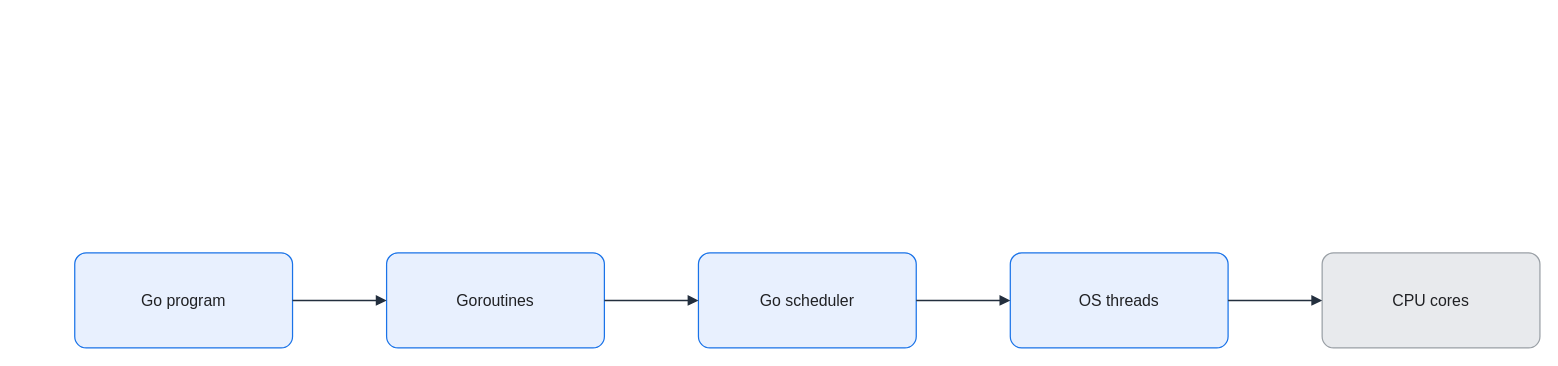
Above: assets/img/go/goroutine-scheduling-model.drawio in KKamJi98/kkamji98.github.io (draw.io), before the change. Source tidied: cells renumbered, new cells numbered last; positions are measured from the earlier drawing's top-left corner, leaving out a move shared by most shapes. Both pictures are drawn from the tidied source at 99%, with x=0, y=0 at pixel (74, 252).
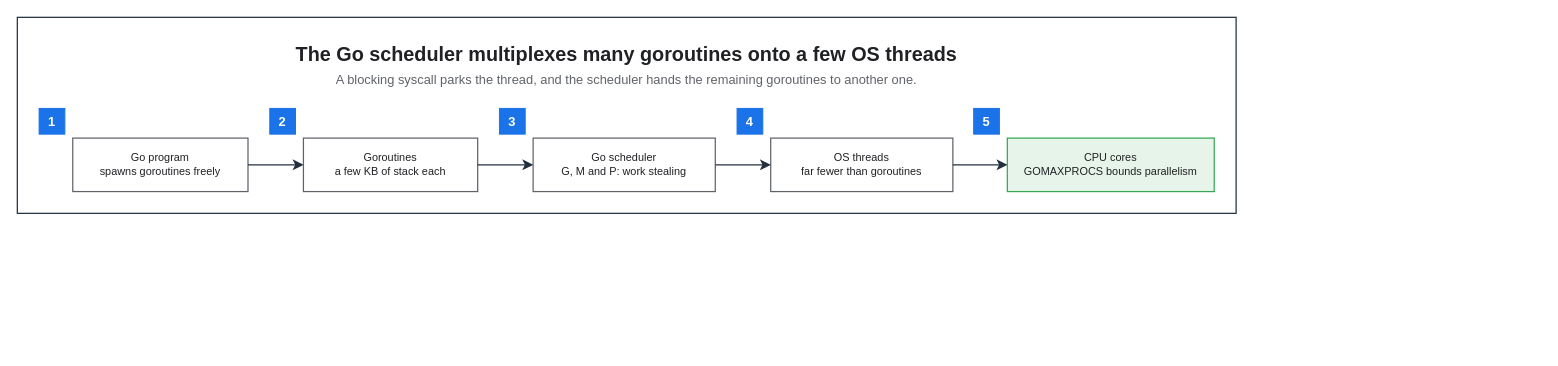
After the change.

The edit, as a diff of the source:
```diff
@@
 <mxGraphModel background="#FFFFFF">
   <root>
     <mxCell id="0" />
     <mxCell id="1" parent="0" />
-    <mxCell id="2" value="Go program" style="rounded=1;arcSize=12;whiteSpace=wrap;html=0;fillColor=#E8F0FE;strokeColor=#1A73E8;strokeWidth=1.25;fontColor=#202124;fontSize=16;align=center;verticalAlign=middle;spacing=8;shadow=0;" parent="1" vertex="1">
-      <mxGeometry width="220" height="96" as="geometry" />
-    </mxCell>
-    <mxCell id="3" value="Goroutines" style="rounded=1;arcSize=12;whiteSpace=wrap;html=0;fillColor=#E8F0FE;strokeColor=#1A73E8;strokeWidth=1.25;fontColor=#202124;fontSize=16;align=center;verticalAlign=middle;spacing=8;shadow=0;" parent="1" vertex="1">
-      <mxGeometry x="315" width="220" height="96" as="geometry" />
-    </mxCell>
-    <mxCell id="4" value="Go scheduler" style="rounded=1;arcSize=12;whiteSpace=wrap;html=0;fillColor=#E8F0FE;strokeColor=#1A73E8;strokeWidth=1.25;fontColor=#202124;fontSize=16;align=center;verticalAlign=middle;spacing=8;shadow=0;" parent="1" vertex="1">
-      <mxGeometry x="630" width="220" height="96" as="geometry" />
-    </mxCell>
-    <mxCell id="5" value="OS threads" style="rounded=1;arcSize=12;whiteSpace=wrap;html=0;fillColor=#E8F0FE;strokeColor=#1A73E8;strokeWidth=1.25;fontColor=#202124;fontSize=16;align=center;verticalAlign=middle;spacing=8;shadow=0;" parent="1" vertex="1">
-      <mxGeometry x="945" width="220" height="96" as="geometry" />
-    </mxCell>
-    <mxCell id="6" value="CPU cores" style="rounded=1;arcSize=12;whiteSpace=wrap;html=0;fillColor=#E8EAED;strokeColor=#9AA0A6;strokeWidth=1.25;fontColor=#202124;fontSize=16;align=center;verticalAlign=middle;spacing=8;shadow=0;" parent="1" vertex="1">
-      <mxGeometry x="1260" width="220" height="96" as="geometry" />
-    </mxCell>
-    <mxCell id="7" style="edgeStyle=orthogonalEdgeStyle;rounded=0;jettySize=auto;html=0;endArrow=block;endFill=1;strokeColor=#232F3E;strokeWidth=1.5;fontColor=#202124;labelBackgroundColor=none;exitX=1;exitY=0.5;exitDx=0;exitDy=0;entryX=0;entryY=0.5;entryDx=0;entryDy=0;endSize=7;" parent="1" edge="1" source="2" target="3">
-      <mxGeometry relative="1" as="geometry" />
-    </mxCell>
-    <mxCell id="8" style="edgeStyle=orthogonalEdgeStyle;rounded=0;jettySize=auto;html=0;endArrow=block;endFill=1;strokeColor=#232F3E;strokeWidth=1.5;fontColor=#202124;labelBackgroundColor=none;exitX=1;exitY=0.5;exitDx=0;exitDy=0;entryX=0;entryY=0.5;entryDx=0;entryDy=0;endSize=7;" parent="1" edge="1" source="3" target="4">
-      <mxGeometry relative="1" as="geometry" />
-    </mxCell>
-    <mxCell id="9" style="edgeStyle=orthogonalEdgeStyle;rounded=0;jettySize=auto;html=0;endArrow=block;endFill=1;strokeColor=#232F3E;strokeWidth=1.5;fontColor=#202124;labelBackgroundColor=none;exitX=1;exitY=0.5;exitDx=0;exitDy=0;entryX=0;entryY=0.5;entryDx=0;entryDy=0;endSize=7;" parent="1" edge="1" source="4" target="5">
-      <mxGeometry relative="1" as="geometry" />
-    </mxCell>
-    <mxCell id="10" style="edgeStyle=orthogonalEdgeStyle;rounded=0;jettySize=auto;html=0;endArrow=block;endFill=1;strokeColor=#232F3E;strokeWidth=1.5;fontColor=#202124;labelBackgroundColor=none;exitX=1;exitY=0.5;exitDx=0;exitDy=0;entryX=0;entryY=0.5;entryDx=0;entryDy=0;endSize=7;" parent="1" edge="1" source="5" target="6">
-      <mxGeometry relative="1" as="geometry" />
-    </mxCell>
+    <mxCell id="11" style="rounded=0;html=0;fillColor=none;strokeColor=#232F3E;fontColor=#202124;strokeWidth=1.25;" parent="1" vertex="1">
+      <mxGeometry x="-58" y="-238" width="1231.1" height="198" as="geometry" />
+    </mxCell>
+    <mxCell id="12" value="The Go scheduler multiplexes many goroutines onto a few OS threads" style="text;html=0;whiteSpace=wrap;fillColor=none;strokeColor=none;fontColor=#202124;fontSize=20;fontStyle=1;align=center;verticalAlign=middle;" parent="1" vertex="1">
+      <mxGeometry x="-36" y="-216" width="1187.1" height="30" as="geometry" />
+    </mxCell>
+    <mxCell id="13" value="A blocking syscall parks the thread, and the scheduler hands the remaining goroutines to another one." style="text;html=0;whiteSpace=wrap;fillColor=none;strokeColor=none;fontColor=#5F6368;fontSize=13;fontStyle=0;align=center;verticalAlign=middle;" parent="1" vertex="1">
+      <mxGeometry x="-36" y="-186" width="1187.1" height="22" as="geometry" />
+    </mxCell>
+    <mxCell id="14" value="Go program&#10;spawns goroutines freely" style="rounded=0;whiteSpace=wrap;html=0;fillColor=#FFFFFF;strokeColor=#5F6368;fontColor=#202124;fontSize=11;fontStyle=0;align=center;verticalAlign=middle;spacingLeft=6;spacingRight=6;strokeWidth=1.25;" parent="1" vertex="1">
+      <mxGeometry x="-2" y="-116" width="177" height="54" as="geometry" />
+    </mxCell>
+    <mxCell id="15" value="Goroutines&#10;a few KB of stack each" style="rounded=0;whiteSpace=wrap;html=0;fillColor=#FFFFFF;strokeColor=#5F6368;fontColor=#202124;fontSize=11;fontStyle=0;align=center;verticalAlign=middle;spacingLeft=6;spacingRight=6;strokeWidth=1.25;" parent="1" vertex="1">
+      <mxGeometry x="231" y="-116" width="176" height="54" as="geometry" />
+    </mxCell>
+    <mxCell id="16" value="Go scheduler&#10;G, M and P: work stealing" style="rounded=0;whiteSpace=wrap;html=0;fillColor=#FFFFFF;strokeColor=#5F6368;fontColor=#202124;fontSize=11;fontStyle=0;align=center;verticalAlign=middle;spacingLeft=6;spacingRight=6;strokeWidth=1.25;" parent="1" vertex="1">
+      <mxGeometry x="463" y="-116" width="184" height="54" as="geometry" />
+    </mxCell>
+    <mxCell id="17" value="OS threads&#10;far fewer than goroutines" style="rounded=0;whiteSpace=wrap;html=0;fillColor=#FFFFFF;strokeColor=#5F6368;fontColor=#202124;fontSize=11;fontStyle=0;align=center;verticalAlign=middle;spacingLeft=6;spacingRight=6;strokeWidth=1.25;" parent="1" vertex="1">
+      <mxGeometry x="703" y="-116" width="184" height="54" as="geometry" />
+    </mxCell>
+    <mxCell id="18" value="CPU cores&#10;GOMAXPROCS bounds parallelism" style="rounded=0;whiteSpace=wrap;html=0;fillColor=#E6F4EA;strokeColor=#34A853;fontColor=#202124;fontSize=11;fontStyle=0;align=center;verticalAlign=middle;spacingLeft=6;spacingRight=6;strokeWidth=1.25;" parent="1" vertex="1">
+      <mxGeometry x="942" y="-116" width="209" height="54" as="geometry" />
+    </mxCell>
+    <mxCell id="19" value="1" style="rounded=0;whiteSpace=wrap;html=0;fillColor=#1A73E8;strokeColor=#1A73E8;fontColor=#FFFFFF;fontSize=13;fontStyle=1;align=center;verticalAlign=middle;" parent="1" vertex="1">
+      <mxGeometry x="-36" y="-146" width="26" height="26" as="geometry" />
+    </mxCell>
+    <mxCell id="20" value="2" style="rounded=0;whiteSpace=wrap;html=0;fillColor=#1A73E8;strokeColor=#1A73E8;fontColor=#FFFFFF;fontSize=13;fontStyle=1;align=center;verticalAlign=middle;" parent="1" vertex="1">
+      <mxGeometry x="197" y="-146" width="26" height="26" as="geometry" />
+    </mxCell>
+    <mxCell id="21" value="3" style="rounded=0;whiteSpace=wrap;html=0;fillColor=#1A73E8;strokeColor=#1A73E8;fontColor=#FFFFFF;fontSize=13;fontStyle=1;align=center;verticalAlign=middle;" parent="1" vertex="1">
+      <mxGeometry x="429" y="-146" width="26" height="26" as="geometry" />
+    </mxCell>
+    <mxCell id="22" value="4" style="rounded=0;whiteSpace=wrap;html=0;fillColor=#1A73E8;strokeColor=#1A73E8;fontColor=#FFFFFF;fontSize=13;fontStyle=1;align=center;verticalAlign=middle;" parent="1" vertex="1">
+      <mxGeometry x="669" y="-146" width="26" height="26" as="geometry" />
+    </mxCell>
+    <mxCell id="23" value="5" style="rounded=0;whiteSpace=wrap;html=0;fillColor=#1A73E8;strokeColor=#1A73E8;fontColor=#FFFFFF;fontSize=13;fontStyle=1;align=center;verticalAlign=middle;" parent="1" vertex="1">
+      <mxGeometry x="908" y="-146" width="26" height="26" as="geometry" />
+    </mxCell>
+    <mxCell id="24" style="edgeStyle=orthogonalEdgeStyle;rounded=0;html=0;strokeColor=#232F3E;strokeWidth=1.25;endArrow=classic;endFill=1;endSize=7;fontSize=11;fontColor=#202124;labelBackgroundColor=none;jettySize=14;exitX=1;exitY=0.5;entryX=0;entryY=0.5;exitDx=0;exitDy=0;entryDx=0;entryDy=0;" parent="1" edge="1" source="14" target="15">
+      <mxGeometry relative="1" as="geometry" />
+    </mxCell>
+    <mxCell id="25" style="edgeStyle=orthogonalEdgeStyle;rounded=0;html=0;strokeColor=#232F3E;strokeWidth=1.25;endArrow=classic;endFill=1;endSize=7;fontSize=11;fontColor=#202124;labelBackgroundColor=none;jettySize=14;exitX=1;exitY=0.5;entryX=0;entryY=0.5;exitDx=0;exitDy=0;entryDx=0;entryDy=0;" parent="1" edge="1" source="15" target="16">
+      <mxGeometry relative="1" as="geometry" />
+    </mxCell>
+    <mxCell id="26" style="edgeStyle=orthogonalEdgeStyle;rounded=0;html=0;strokeColor=#232F3E;strokeWidth=1.25;endArrow=classic;endFill=1;endSize=7;fontSize=11;fontColor=#202124;labelBackgroundColor=none;jettySize=14;exitX=1;exitY=0.5;entryX=0;entryY=0.5;exitDx=0;exitDy=0;entryDx=0;entryDy=0;" parent="1" edge="1" source="16" target="17">
+      <mxGeometry relative="1" as="geometry" />
+    </mxCell>
+    <mxCell id="27" style="edgeStyle=orthogonalEdgeStyle;rounded=0;html=0;strokeColor=#232F3E;strokeWidth=1.25;endArrow=classic;endFill=1;endSize=7;fontSize=11;fontColor=#202124;labelBackgroundColor=none;jettySize=14;exitX=1;exitY=0.5;entryX=0;entryY=0.5;exitDx=0;exitDy=0;entryDx=0;entryDy=0;" parent="1" edge="1" source="17" target="18">
+      <mxGeometry relative="1" as="geometry" />
+    </mxCell>
   </root>
 </mxGraphModel>
```
